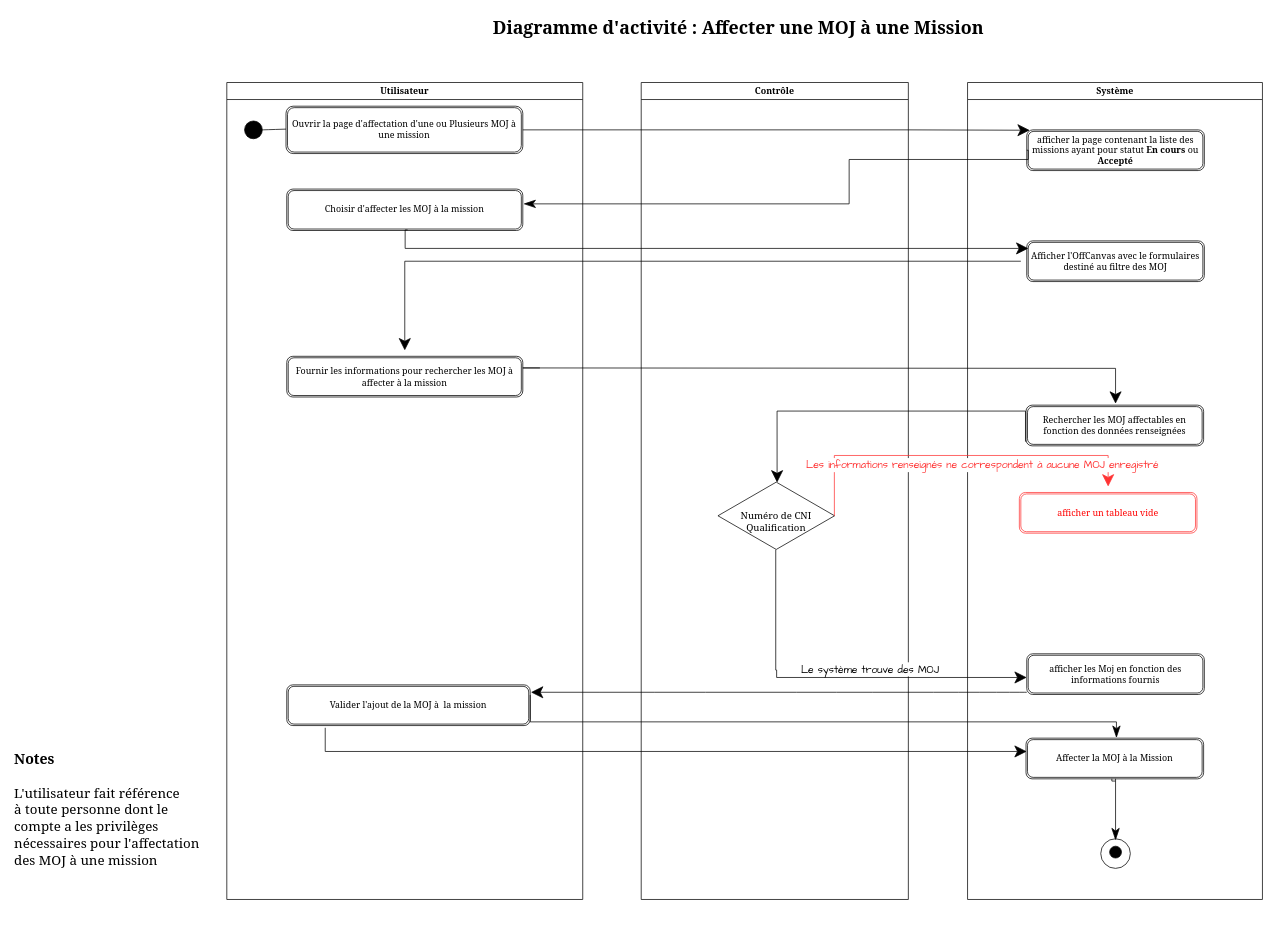
Before: ActivityDiagramAssignsMojMission.drawio in ThuranJunior-AGL/AnalyseGEMOj, a draw.io diagram. Source tidied: cells renumbered, new cells numbered last; positions are measured from the earlier drawing's top-left corner, leaving out a move shared by most shapes. Both pictures are drawn from the tidied source at 74%, with x=0, y=0 at pixel (13, 13).
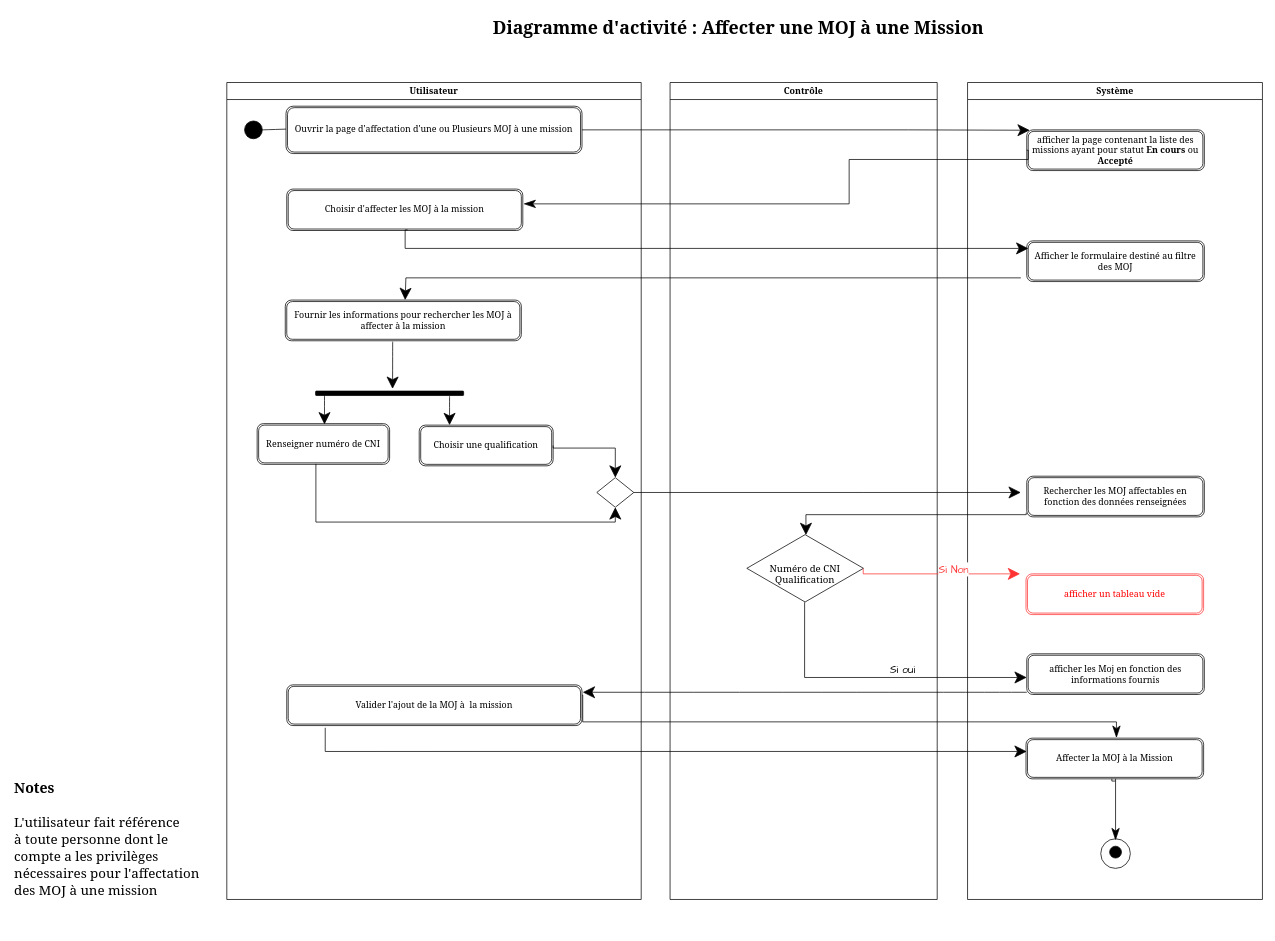
The same diagram, later.

Commit message (it also covers changes not shown here):
Mettre à jour ActivityDiagramAssignsMojMission.drawio

Unchanged cells that the change refers to:
```xml
<mxCell id="11" value="Système" style="swimlane;whiteSpace=wrap;html=1;fontFamily=Georgia;" parent="1" vertex="1">
  <mxGeometry x="1290" y="94" width="398.5" height="1104" as="geometry" />
</mxCell>
```

What changed in the source:
```diff
@@
     <mxCell id="2" value="Utilisateur" style="swimlane;whiteSpace=wrap;html=1;fontFamily=Georgia;" parent="1" vertex="1">
-      <mxGeometry x="289" y="94" width="481" height="1104" as="geometry" />
+      <mxGeometry x="289" y="94" width="560" height="1104" as="geometry" />
     </mxCell>
@@
     <mxCell id="5" value="Ouvrir la page d'affectation d'une ou Plusieurs MOJ à une mission" style="shape=ext;double=1;rounded=1;whiteSpace=wrap;html=1;fontFamily=Georgia;" parent="2" vertex="1">
-      <mxGeometry x="80" y="32" width="320" height="64" as="geometry" />
+      <mxGeometry x="80" y="32" width="400" height="64" as="geometry" />
     </mxCell>
     <mxCell id="6" value="Fournir les informations pour rechercher les MOJ à affecter à la mission" style="shape=ext;double=1;rounded=1;whiteSpace=wrap;html=1;fontFamily=Georgia;" parent="2" vertex="1">
-      <mxGeometry x="81" y="370" width="319" height="55" as="geometry" />
+      <mxGeometry x="79" y="294" width="319" height="55" as="geometry" />
     </mxCell>
     <mxCell id="7" value="Valider l'ajout de la MOJ à&amp;nbsp; la mission" style="shape=ext;double=1;rounded=1;whiteSpace=wrap;html=1;fontFamily=Georgia;" parent="2" vertex="1">
-      <mxGeometry x="81" y="814" width="329" height="55" as="geometry" />
+      <mxGeometry x="81" y="814" width="399" height="55" as="geometry" />
     </mxCell>
@@
+    <mxCell id="38" value="Renseigner numéro de CNI" style="shape=ext;double=1;rounded=1;whiteSpace=wrap;html=1;fontFamily=Georgia;" parent="2" vertex="1">
+      <mxGeometry x="41" y="461" width="179" height="55" as="geometry" />
+    </mxCell>
+    <mxCell id="39" value="Choisir une qualification" style="shape=ext;double=1;rounded=1;whiteSpace=wrap;html=1;fontFamily=Georgia;" parent="2" vertex="1">
+      <mxGeometry x="260" y="463" width="181" height="55" as="geometry" />
+    </mxCell>
+    <mxCell id="40" style="rounded=1;whiteSpace=wrap;html=1;fontFamily=Architects Daughter;fillColor=#000000;" parent="2" vertex="1">
+      <mxGeometry x="120" y="417" width="200" height="6" as="geometry" />
+    </mxCell>
+    <mxCell id="41" style="endArrow=classic;html=1;rounded=0;fontFamily=Architects Daughter;fontSize=16;startSize=14;endSize=14;sourcePerimeterSpacing=8;targetPerimeterSpacing=8;curved=1;" parent="2" edge="1">
+      <mxGeometry relative="1" as="geometry">
+        <mxPoint x="301" y="424" as="sourcePoint" />
+        <mxPoint x="301" y="463" as="targetPoint" />
+      </mxGeometry>
+    </mxCell>
+    <mxCell id="42" style="rhombus;whiteSpace=wrap;html=1;fontFamily=Architects Daughter;fillColor=none;rounded=0;" parent="2" vertex="1">
+      <mxGeometry x="500" y="534" width="50" height="40" as="geometry" />
+    </mxCell>
+    <mxCell id="43" style="endArrow=classic;html=1;rounded=0;fontFamily=Architects Daughter;fontSize=16;startSize=14;endSize=14;sourcePerimeterSpacing=8;targetPerimeterSpacing=8;edgeStyle=orthogonalEdgeStyle;exitX=1;exitY=0.5;exitDx=0;exitDy=0;entryX=0.5;entryY=0;entryDx=0;entryDy=0;" parent="2" edge="1" source="39" target="42">
+      <mxGeometry relative="1" as="geometry">
+        <Array as="points">
+          <mxPoint x="441" y="494" />
+          <mxPoint x="525" y="494" />
+        </Array>
+      </mxGeometry>
+    </mxCell>
@@
-    <mxCell id="15" value="Afficher l'OffCanvas avec le formulaires destiné au filtre des MOJ" style="shape=ext;double=1;rounded=1;whiteSpace=wrap;html=1;fontFamily=Georgia;" parent="11" vertex="1">
+    <mxCell id="15" value="Afficher le formulaire destiné au filtre des MOJ" style="shape=ext;double=1;rounded=1;whiteSpace=wrap;html=1;fontFamily=Georgia;" parent="11" vertex="1">
       <mxGeometry x="80" y="214" width="240" height="55" as="geometry" />
     </mxCell>
     <mxCell id="16" value="Rechercher les MOJ affectables en fonction des données renseignées" style="shape=ext;double=1;rounded=1;whiteSpace=wrap;html=1;fontFamily=Georgia;" parent="11" vertex="1">
-      <mxGeometry x="79" y="436" width="240" height="55" as="geometry" />
+      <mxGeometry x="80" y="532" width="240" height="55" as="geometry" />
     </mxCell>
@@
     <mxCell id="19" value="afficher un tableau vide" style="shape=ext;double=1;rounded=1;whiteSpace=wrap;html=1;fontFamily=Georgia;strokeColor=#FF3333;fontColor=#ff0000;" parent="11" vertex="1">
-      <mxGeometry x="70" y="554" width="240" height="55" as="geometry" />
+      <mxGeometry x="79" y="664" width="240" height="55" as="geometry" />
     </mxCell>
@@
     <mxCell id="24" value="&lt;b style=&quot;font-size: 19px;&quot;&gt;&lt;font style=&quot;font-size: 19px;&quot;&gt;Notes&lt;/font&gt;&lt;/b&gt;&lt;div style=&quot;font-size: 19px;&quot;&gt;&lt;font style=&quot;font-size: 19px;&quot;&gt;&lt;br&gt;&lt;/font&gt;&lt;/div&gt;&lt;div style=&quot;font-size: 19px;&quot;&gt;&lt;font style=&quot;font-size: 18px;&quot;&gt;L'utilisateur fait référence&lt;/font&gt;&lt;/div&gt;&lt;div style=&quot;font-size: 19px;&quot;&gt;&lt;font style=&quot;font-size: 18px;&quot;&gt;à toute personne dont le&lt;/font&gt;&lt;/div&gt;&lt;div style=&quot;font-size: 19px;&quot;&gt;&lt;font style=&quot;font-size: 18px;&quot;&gt;compte a les privilèges&lt;/font&gt;&lt;/div&gt;&lt;div style=&quot;font-size: 19px;&quot;&gt;&lt;font style=&quot;font-size: 18px;&quot;&gt;nécessaires pour l'affectation&lt;/font&gt;&lt;/div&gt;&lt;div style=&quot;font-size: 19px;&quot;&gt;&lt;font style=&quot;font-size: 18px;&quot;&gt;des MOJ à une mission&lt;/font&gt;&lt;/div&gt;&lt;div style=&quot;font-size: 10px;&quot;&gt;&lt;font style=&quot;font-size: 10px;&quot;&gt;&lt;br&gt;&lt;/font&gt;&lt;/div&gt;&lt;div style=&quot;font-size: 19px;&quot;&gt;&lt;br&gt;&lt;/div&gt;" style="text;html=1;align=left;verticalAlign=middle;strokeColor=none;fillColor=none;fontSize=20;fontFamily=Georgia;" parent="1" vertex="1">
-      <mxGeometry y="988" width="250" height="210" as="geometry" />
+      <mxGeometry y="1028" width="250" height="210" as="geometry" />
     </mxCell>
     <mxCell id="25" value="Contrôle" style="swimlane;whiteSpace=wrap;html=1;fontFamily=Georgia;" parent="1" vertex="1">
-      <mxGeometry x="849" y="94" width="361" height="1104" as="geometry" />
+      <mxGeometry x="888" y="94" width="361" height="1104" as="geometry" />
     </mxCell>
     <mxCell id="26" value="&lt;div style=&quot;font-size: 13px;&quot;&gt;&lt;font style=&quot;font-size: 13px;&quot;&gt;&lt;br&gt;&lt;/font&gt;&lt;/div&gt;&lt;div style=&quot;font-size: 13px;&quot;&gt;&lt;span style=&quot;background-color: initial;&quot;&gt;Numéro de CNI&lt;/span&gt;&lt;br&gt;&lt;/div&gt;&lt;div style=&quot;font-size: 13px;&quot;&gt;&lt;font style=&quot;font-size: 13px;&quot;&gt;Qualification&lt;/font&gt;&lt;/div&gt;" style="html=1;whiteSpace=wrap;shape=isoRectangle;fontFamily=Georgia;" parent="25" vertex="1">
-      <mxGeometry x="68" y="540" width="229" height="91" as="geometry" />
+      <mxGeometry x="68" y="611" width="229" height="91" as="geometry" />
     </mxCell>
-    <mxCell id="27" style="endArrow=classic;html=1;rounded=0;fontFamily=Architects Daughter;fontSize=16;startSize=14;endSize=14;sourcePerimeterSpacing=8;targetPerimeterSpacing=8;edgeStyle=orthogonalEdgeStyle;exitX=1.013;exitY=0.844;exitDx=0;exitDy=0;exitPerimeter=0;" parent="25" edge="1">
-      <mxGeometry relative="1" as="geometry">
-        <mxPoint x="-136.9" y="385.7" as="sourcePoint" />
-        <mxPoint x="641" y="434" as="targetPoint" />
-        <Array as="points">
-          <mxPoint x="-160" y="385.3" />
-          <mxPoint x="482" y="386.3" />
-        </Array>
-      </mxGeometry>
-    </mxCell>
@@
     <mxCell id="30" style="endArrow=classic;html=1;rounded=0;fontFamily=Architects Daughter;fontSize=16;startSize=14;endSize=14;sourcePerimeterSpacing=8;targetPerimeterSpacing=8;exitX=-0.003;exitY=0.896;exitDx=0;exitDy=0;exitPerimeter=0;entryX=0.505;entryY=0.006;entryDx=0;entryDy=0;entryPerimeter=0;edgeStyle=orthogonalEdgeStyle;" parent="1" edge="1" source="16" target="26">
       <mxGeometry relative="1" as="geometry">
         <Array as="points">
-          <mxPoint x="1368" y="538" />
-          <mxPoint x="1033" y="538" />
+          <mxPoint x="1369" y="678" />
+          <mxPoint x="1072" y="678" />
         </Array>
       </mxGeometry>
     </mxCell>
     <mxCell id="31" style="endArrow=classic;html=1;rounded=0;fontFamily=Architects Daughter;fontSize=16;startSize=14;endSize=14;sourcePerimeterSpacing=8;targetPerimeterSpacing=8;edgeStyle=orthogonalEdgeStyle;exitX=0.843;exitY=0.503;exitDx=0;exitDy=0;exitPerimeter=0;strokeColor=#FF3333;" parent="1" edge="1" source="26" target="19">
       <mxGeometry relative="1" as="geometry">
         <Array as="points">
-          <mxPoint x="1110" y="598" />
-          <mxPoint x="1480" y="598" />
+          <mxPoint x="1149" y="758" />
         </Array>
       </mxGeometry>
     </mxCell>
-    <mxCell id="32" value="&lt;font style=&quot;font-size: 14px;&quot;&gt;Les informations renseignés ne correspondent à aucune MOJ enregistré&lt;/font&gt;" style="edgeLabel;html=1;align=center;verticalAlign=middle;fontSize=16;fontFamily=Architects Daughter;fontColor=#FF3333;" parent="31" vertex="1">
+    <mxCell id="32" value="&lt;font style=&quot;font-size: 14px;&quot;&gt;Si Non&lt;/font&gt;" style="edgeLabel;html=1;align=center;verticalAlign=middle;fontSize=16;fontFamily=Architects Daughter;fontColor=#FF3333;" parent="31" vertex="1">
       <mxGeometry x="-0.81" y="2" relative="1" as="geometry">
-        <mxPoint x="201" y="-22" as="offset" />
+        <mxPoint x="108" y="-5" as="offset" />
       </mxGeometry>
     </mxCell>
     <mxCell id="33" style="endArrow=classic;html=1;rounded=0;fontFamily=Architects Daughter;fontSize=16;startSize=14;endSize=14;sourcePerimeterSpacing=8;targetPerimeterSpacing=8;exitX=0.497;exitY=1.004;exitDx=0;exitDy=0;exitPerimeter=0;edgeStyle=orthogonalEdgeStyle;" parent="1" edge="1" source="26">
       <mxGeometry relative="1" as="geometry">
         <mxPoint x="1370" y="898" as="targetPoint" />
         <Array as="points">
-          <mxPoint x="1031" y="888" />
-          <mxPoint x="1032" y="898" />
+          <mxPoint x="1070" y="898" />
         </Array>
       </mxGeometry>
     </mxCell>
-    <mxCell id="34" value="&lt;font style=&quot;font-size: 14px;&quot;&gt;Le système trouve des MOJ&lt;/font&gt;" style="edgeLabel;html=1;align=center;verticalAlign=middle;fontSize=16;fontFamily=Architects Daughter;" parent="33" vertex="1">
+    <mxCell id="34" value="&lt;font style=&quot;font-size: 14px;&quot;&gt;Si oui&lt;/font&gt;" style="edgeLabel;html=1;align=center;verticalAlign=middle;fontSize=16;fontFamily=Architects Daughter;" parent="33" vertex="1">
       <mxGeometry x="0.2" y="1" relative="1" as="geometry">
         <mxPoint x="-8" y="-11" as="offset" />
       </mxGeometry>
     </mxCell>
     <mxCell id="35" style="edgeStyle=orthogonalEdgeStyle;rounded=0;jettySize=auto;html=1;exitX=1;exitY=0.25;exitDx=0;exitDy=0;fontFamily=Georgia;fontSize=16;startSize=14;endArrow=classicThin;endSize=14;sourcePerimeterSpacing=8;targetPerimeterSpacing=8;endFill=1;entryX=0.538;entryY=0.026;entryDx=0;entryDy=0;entryPerimeter=0;" parent="1" edge="1" source="7">
       <mxGeometry relative="1" as="geometry">
         <mxPoint x="1491.2" y="979.6" as="targetPoint" />
         <Array as="points">
-          <mxPoint x="699" y="958" />
+          <mxPoint x="770" y="922" />
+          <mxPoint x="770" y="958" />
           <mxPoint x="1491" y="958" />
         </Array>
       </mxGeometry>
     </mxCell>
     <mxCell id="36" style="endArrow=classic;html=1;rounded=0;fontFamily=Architects Daughter;fontSize=16;startSize=14;endSize=14;sourcePerimeterSpacing=8;targetPerimeterSpacing=8;curved=1;" parent="1" edge="1">
       <mxGeometry relative="1" as="geometry">
         <mxPoint x="1370" y="918" as="sourcePoint" />
-        <mxPoint x="700" y="918" as="targetPoint" />
+        <mxPoint x="770" y="918" as="targetPoint" />
       </mxGeometry>
     </mxCell>
-    <mxCell id="37" style="endArrow=classic;html=1;rounded=0;fontFamily=Architects Daughter;fontSize=16;startSize=14;endSize=14;sourcePerimeterSpacing=8;targetPerimeterSpacing=8;edgeStyle=orthogonalEdgeStyle;" parent="1" edge="1" source="15" target="6">
-      <mxGeometry relative="1" as="geometry" />
+    <mxCell id="37" style="endArrow=classic;html=1;rounded=0;fontFamily=Architects Daughter;fontSize=16;startSize=14;endSize=14;sourcePerimeterSpacing=8;targetPerimeterSpacing=8;edgeStyle=orthogonalEdgeStyle;" parent="1" edge="1" source="15">
+      <mxGeometry relative="1" as="geometry">
+        <mxPoint x="530" y="388" as="targetPoint" />
+        <Array as="points">
+          <mxPoint x="531" y="358" />
+          <mxPoint x="531" y="388" />
+        </Array>
+      </mxGeometry>
     </mxCell>
+    <mxCell id="44" style="endArrow=classic;html=1;rounded=0;fontFamily=Architects Daughter;fontSize=16;startSize=14;endSize=14;sourcePerimeterSpacing=8;targetPerimeterSpacing=8;curved=1;exitX=0.455;exitY=1.023;exitDx=0;exitDy=0;exitPerimeter=0;" parent="1" edge="1" source="6">
+      <mxGeometry relative="1" as="geometry">
+        <mxPoint x="513" y="508" as="targetPoint" />
+      </mxGeometry>
+    </mxCell>
+    <mxCell id="45" style="endArrow=classic;html=1;rounded=0;fontFamily=Architects Daughter;fontSize=16;startSize=14;endSize=14;sourcePerimeterSpacing=8;targetPerimeterSpacing=8;curved=1;" parent="1" edge="1">
+      <mxGeometry relative="1" as="geometry">
+        <mxPoint x="421" y="517" as="sourcePoint" />
+        <mxPoint x="421" y="556" as="targetPoint" />
+      </mxGeometry>
+    </mxCell>
+    <mxCell id="46" style="endArrow=classic;html=1;rounded=0;fontFamily=Architects Daughter;fontSize=16;startSize=14;endSize=14;sourcePerimeterSpacing=8;targetPerimeterSpacing=8;exitX=0.438;exitY=0.97;exitDx=0;exitDy=0;exitPerimeter=0;edgeStyle=orthogonalEdgeStyle;entryX=0.5;entryY=1;entryDx=0;entryDy=0;" parent="1" edge="1" target="42">
+      <mxGeometry relative="1" as="geometry">
+        <mxPoint x="409.4" y="609.4" as="sourcePoint" />
+        <Array as="points">
+          <mxPoint x="409" y="688" />
+          <mxPoint x="814" y="688" />
+        </Array>
+      </mxGeometry>
+    </mxCell>
+    <mxCell id="27" style="endArrow=classic;html=1;rounded=0;fontFamily=Architects Daughter;fontSize=16;startSize=14;endSize=14;sourcePerimeterSpacing=8;targetPerimeterSpacing=8;edgeStyle=orthogonalEdgeStyle;exitX=1;exitY=0.5;exitDx=0;exitDy=0;" parent="1" edge="1" source="42" target="16">
+      <mxGeometry relative="1" as="geometry">
+        <Array as="points">
+          <mxPoint x="1150" y="648" />
+          <mxPoint x="1150" y="648" />
+        </Array>
+      </mxGeometry>
+    </mxCell>
```
